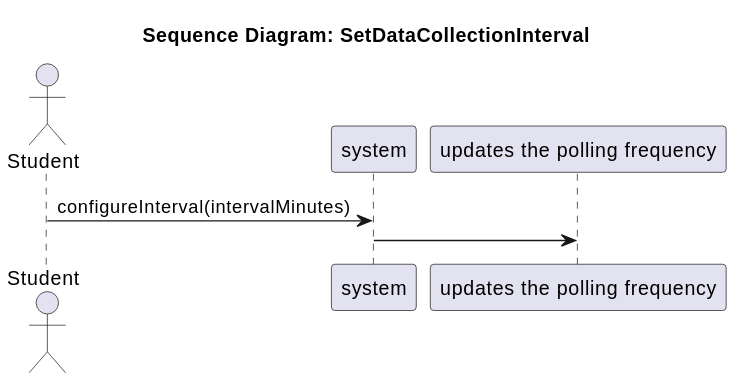
The PlantUML diagram Documentation/Analysis/ssds/StudyHelper_SetDataCollectionInterval.ssd.svg in SEP4Real/SEP4, before a commit. The source it was exported from:
```plantuml
@startuml
title Sequence Diagram: SetDataCollectionInterval
actor "Student" as Actor
participant "system" as System
participant "updates the polling frequency" as updates_the_polling_frequency

Actor -> System : configureInterval(intervalMinutes)
System -> updates_the_polling_frequency :
@enduml
```
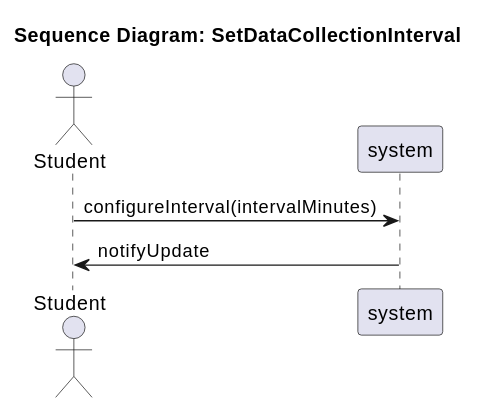
Above is the later version.

Diff of the diagram source:
```diff
@@ -2,8 +2,7 @@
 title Sequence Diagram: SetDataCollectionInterval
 actor "Student" as Actor
 participant "system" as System
-participant "updates the polling frequency" as updates_the_polling_frequency
 
 Actor -> System : configureInterval(intervalMinutes)
-System -> updates_the_polling_frequency :
+System -> Actor : notifyUpdate
 @enduml
```
